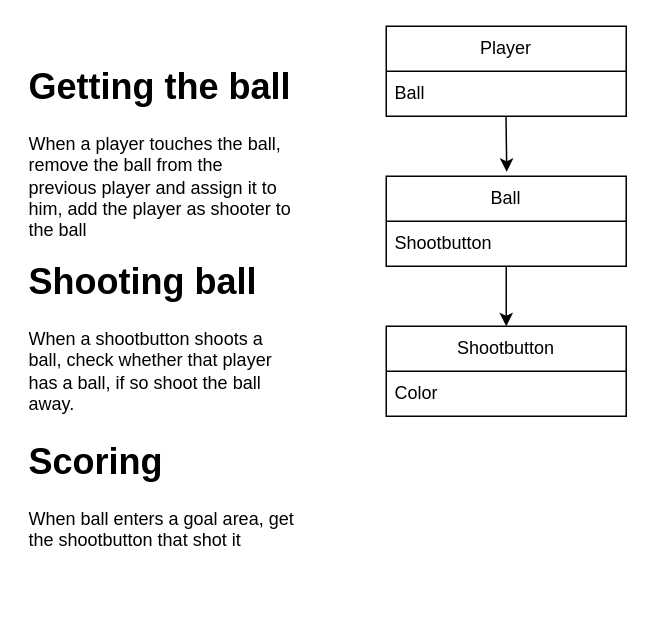
Earlier version of the draw.io diagram app/design/Class Diagram.drawio (Harry-UT/Paaltjesvoetbal). Source tidied: cells renumbered, new cells numbered last; positions are measured from the earlier drawing's top-left corner, leaving out a move shared by most shapes. Both pictures are drawn from the tidied source at 150%, with x=0, y=0 at pixel (26, 26).
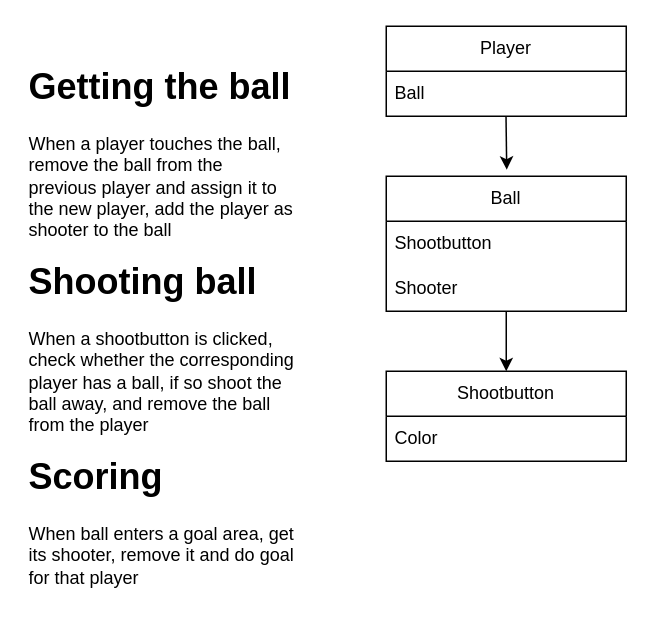
Above is the later version.

Commit message (it also covers changes not shown here):
Refactor game mechanics: update ball and player interactions, enhance joystick and shoot button functionality, and improve UI element dimensions

What changed in the source:
```diff
@@
 <mxGraphModel>
   <root>
     <mxCell id="0" />
     <mxCell id="1" parent="0" />
     <mxCell id="2" style="edgeStyle=orthogonalEdgeStyle;rounded=0;jettySize=auto;html=1;exitX=0.5;exitY=1;exitDx=0;exitDy=0;entryX=0.5;entryY=0;entryDx=0;entryDy=0;" parent="1" edge="1" source="3" target="7">
       <mxGeometry relative="1" as="geometry" />
     </mxCell>
     <mxCell id="3" value="Ball" style="swimlane;fontStyle=0;horizontal=1;startSize=30;whiteSpace=wrap;html=1;" parent="1" vertex="1">
-      <mxGeometry x="240" y="100" width="160" height="60" as="geometry" />
+      <mxGeometry x="240" y="100" width="160" height="90" as="geometry" />
     </mxCell>
     <mxCell id="4" value="Shootbutton" style="text;strokeColor=none;fillColor=none;align=left;verticalAlign=middle;spacingLeft=4;spacingRight=4;overflow=hidden;whiteSpace=wrap;html=1;" parent="3" vertex="1">
       <mxGeometry y="30" width="160" height="30" as="geometry" />
     </mxCell>
+    <mxCell id="13" value="Shooter" style="text;strokeColor=none;fillColor=none;align=left;verticalAlign=middle;spacingLeft=4;spacingRight=4;overflow=hidden;whiteSpace=wrap;html=1;" parent="3" vertex="1">
+      <mxGeometry y="60" width="160" height="30" as="geometry" />
+    </mxCell>
     <mxCell id="5" value="Player" style="swimlane;fontStyle=0;horizontal=1;startSize=30;whiteSpace=wrap;html=1;" parent="1" vertex="1">
       <mxGeometry x="240" width="160" height="60" as="geometry" />
     </mxCell>
     <mxCell id="6" value="Ball" style="text;strokeColor=none;fillColor=none;align=left;verticalAlign=middle;spacingLeft=4;spacingRight=4;overflow=hidden;points=[[0,0.5],[1,0.5]];portConstraint=eastwest;whiteSpace=wrap;html=1;" parent="5" vertex="1">
       <mxGeometry y="30" width="160" height="30" as="geometry" />
     </mxCell>
     <mxCell id="7" value="Shootbutton" style="swimlane;fontStyle=0;horizontal=1;startSize=30;whiteSpace=wrap;html=1;" parent="1" vertex="1">
-      <mxGeometry x="240" y="200" width="160" height="60" as="geometry" />
+      <mxGeometry x="240" y="230" width="160" height="60" as="geometry" />
     </mxCell>
     <mxCell id="8" value="Color" style="text;strokeColor=none;fillColor=none;align=left;verticalAlign=middle;spacingLeft=4;spacingRight=4;overflow=hidden;whiteSpace=wrap;html=1;" parent="7" vertex="1">
       <mxGeometry y="30" width="160" height="30" as="geometry" />
     </mxCell>
     <mxCell id="9" style="endArrow=classic;html=1;rounded=0;exitX=0.499;exitY=0.994;exitDx=0;exitDy=0;exitPerimeter=0;entryX=0.502;entryY=-0.049;entryDx=0;entryDy=0;entryPerimeter=0;" parent="1" edge="1" source="6" target="3">
       <mxGeometry relative="1" as="geometry" />
     </mxCell>
-    <mxCell id="10" value="&lt;h1 style=&quot;margin-top: 0px;&quot;&gt;Scoring&lt;/h1&gt;&lt;p&gt;When ball enters a goal area, get the shootbutton that shot it&lt;/p&gt;" style="text;html=1;whiteSpace=wrap;overflow=hidden;rounded=0;" parent="1" vertex="1">
-      <mxGeometry y="270" width="180" height="80" as="geometry" />
+    <mxCell id="10" value="&lt;h1 style=&quot;margin-top: 0px;&quot;&gt;Scoring&lt;/h1&gt;&lt;p&gt;When ball enters a goal area, get its shooter, remove it and do goal for that player&lt;/p&gt;" style="text;html=1;whiteSpace=wrap;overflow=hidden;rounded=0;" parent="1" vertex="1">
+      <mxGeometry y="280" width="180" height="100" as="geometry" />
     </mxCell>
-    <mxCell id="11" value="&lt;h1 style=&quot;margin-top: 0px;&quot;&gt;Getting the ball&lt;/h1&gt;&lt;div&gt;When a player touches the ball, remove the ball from the previous player and assign it to him, add the player as shooter to the ball&lt;/div&gt;" style="text;html=1;whiteSpace=wrap;overflow=hidden;rounded=0;" parent="1" vertex="1">
+    <mxCell id="11" value="&lt;h1 style=&quot;margin-top: 0px;&quot;&gt;Getting the ball&lt;/h1&gt;&lt;div&gt;When a player touches the ball, remove the ball from the previous player and assign it to the new player, add the player as shooter to the ball&lt;/div&gt;" style="text;html=1;whiteSpace=wrap;overflow=hidden;rounded=0;" parent="1" vertex="1">
       <mxGeometry y="20" width="180" height="120" as="geometry" />
     </mxCell>
-    <mxCell id="12" value="&lt;h1 style=&quot;margin-top: 0px;&quot;&gt;Shooting ball&lt;/h1&gt;&lt;div&gt;When a shootbutton shoots a ball, check whether that player has a ball, if so shoot the ball away.&lt;/div&gt;" style="text;html=1;whiteSpace=wrap;overflow=hidden;rounded=0;" parent="1" vertex="1">
-      <mxGeometry y="150" width="180" height="120" as="geometry" />
+    <mxCell id="12" value="&lt;h1 style=&quot;margin-top: 0px;&quot;&gt;Shooting ball&lt;/h1&gt;&lt;div&gt;When a shootbutton is clicked, check whether the corresponding player has a ball, if so shoot the ball away, and remove the ball from the player&lt;/div&gt;" style="text;html=1;whiteSpace=wrap;overflow=hidden;rounded=0;" parent="1" vertex="1">
+      <mxGeometry y="150" width="180" height="130" as="geometry" />
     </mxCell>
   </root>
 </mxGraphModel>
```
